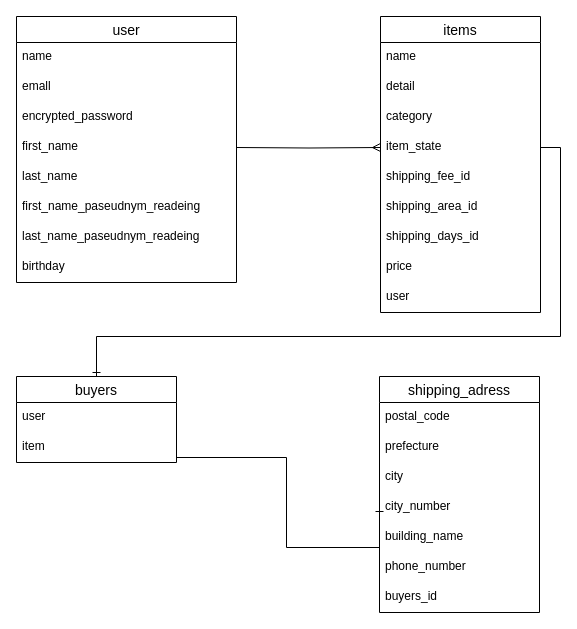
Above: table.dio in tanachu0117/furima-29641 (draw.io), before the change. Source tidied: cells renumbered, new cells numbered last; positions are measured from the earlier drawing's top-left corner, leaving out a move shared by most shapes. Both pictures are drawn from the tidied source at 100%, with x=0, y=0 at pixel (16, 16).
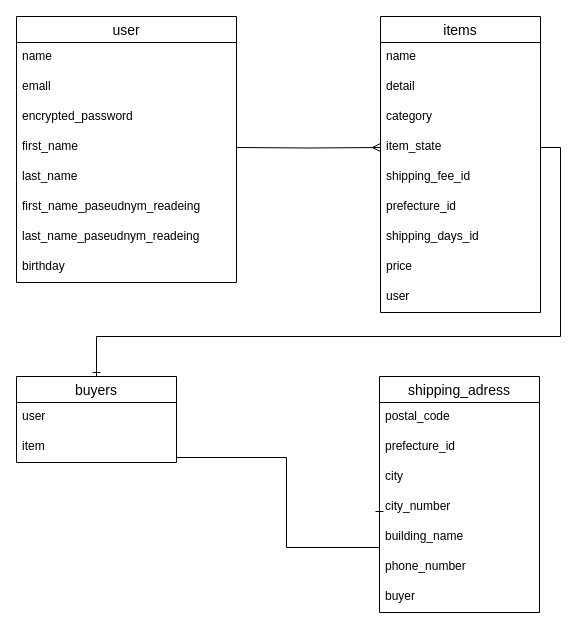
The same diagram, later.

Commit message (it also covers changes not shown here):
テーブル設定修正⑧

Unchanged cells that the change refers to:
```xml
<mxCell id="11" value="items" style="swimlane;fontStyle=0;horizontal=1;startSize=26;align=center;fontSize=14;" parent="1" vertex="1">
  <mxGeometry x="364" width="160" height="296" as="geometry" />
</mxCell>
<mxCell id="24" value="shipping_adress" style="swimlane;fontStyle=0;horizontal=1;startSize=26;align=center;fontSize=14;" parent="1" vertex="1">
  <mxGeometry x="363" y="360" width="160" height="236" as="geometry" />
</mxCell>
```

The edit, as a diff of the source:
```diff
@@
-    <mxCell id="17" value="shipping_area_id" style="text;strokeColor=none;fillColor=none;spacingLeft=4;spacingRight=4;overflow=hidden;fontSize=12;" parent="11" vertex="1">
+    <mxCell id="17" value="prefecture_id" style="text;strokeColor=none;fillColor=none;spacingLeft=4;spacingRight=4;overflow=hidden;fontSize=12;" parent="11" vertex="1">
       <mxGeometry y="176" width="160" height="30" as="geometry" />
     </mxCell>
@@
-    <mxCell id="26" value="prefecture" style="text;strokeColor=none;fillColor=none;spacingLeft=4;spacingRight=4;overflow=hidden;fontSize=12;" parent="24" vertex="1">
+    <mxCell id="26" value="prefecture_id" style="text;strokeColor=none;fillColor=none;spacingLeft=4;spacingRight=4;overflow=hidden;fontSize=12;" parent="24" vertex="1">
       <mxGeometry y="56" width="160" height="30" as="geometry" />
     </mxCell>
@@
-    <mxCell id="31" value="buyers_id" style="text;strokeColor=none;fillColor=none;spacingLeft=4;spacingRight=4;overflow=hidden;fontSize=12;" parent="24" vertex="1">
+    <mxCell id="31" value="buyer" style="text;strokeColor=none;fillColor=none;spacingLeft=4;spacingRight=4;overflow=hidden;fontSize=12;" parent="24" vertex="1">
       <mxGeometry y="206" width="160" height="30" as="geometry" />
     </mxCell>
```
